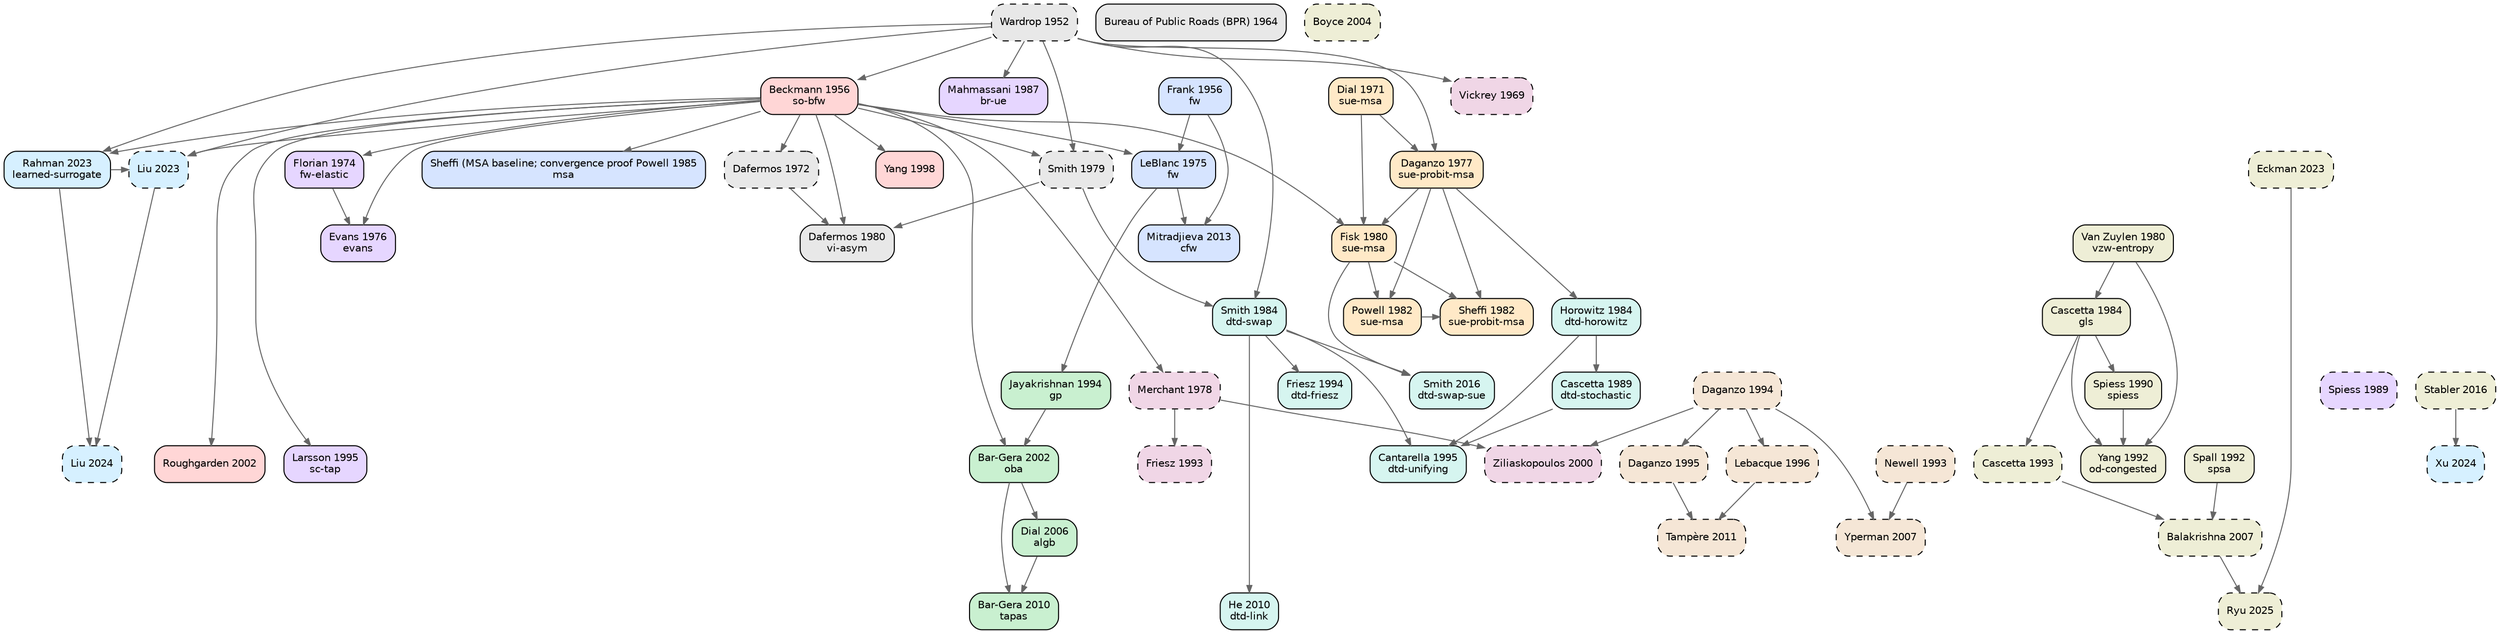
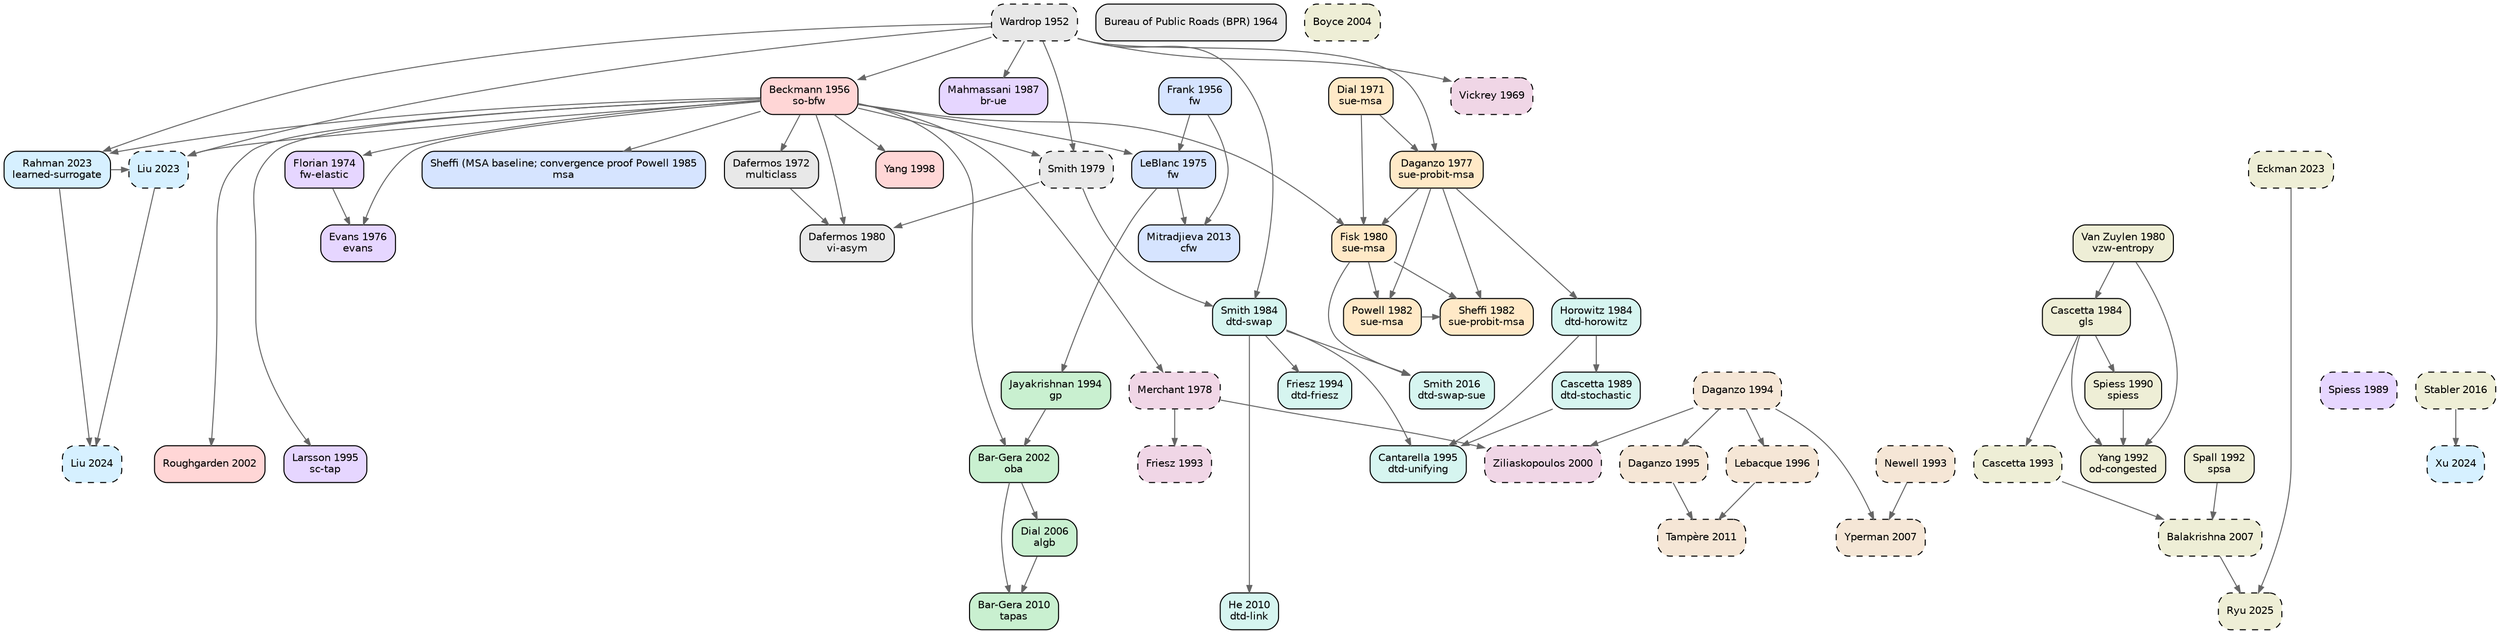
digraph TA_evolution {
  rankdir=TB; node [shape=box,style="rounded,filled",fontname="Helvetica",fontsize=10];
  edge [color="#666666",arrowsize=0.7];
  { rank=same; "wardrop1952some" }
  { rank=same; "frank1956algorithm" "beckmann1956studies" }
  { rank=same; "bpr1964traffic" }
  { rank=same; "vickrey1969congestion" }
  { rank=same; "dial1971probabilistic" }
  { rank=same; "dafermos1972traffic" }
  { rank=same; "florian1974method" }
  { rank=same; "leblanc1975efficient" }
  { rank=same; "evans1976derivation" }
  { rank=same; "daganzo1977stochastic" }
  { rank=same; "merchant1978model" }
  { rank=same; "smith1979existence" }
  { rank=same; "dafermos1980traffic" "fisk1980some" "vanzuylen1980most" }
  { rank=same; "powell1982convergence" "sheffi1982algorithm" }
  { rank=same; "horowitz1984stability" "smith1984stability" "cascetta1984estimation" }
  { rank=same; "sheffi1985urban" }
  { rank=same; "mahmassani1987on" }
  { rank=same; "spiess1989optimal" "cascetta1989stochastic" }
  { rank=same; "spiess1990gradient" }
  { rank=same; "spall1992multivariate" "yang1992estimation" }
  { rank=same; "newell1993simplified" "friesz1993variational" "cascetta1993dynamic" }
  { rank=same; "jayakrishnan1994faster" "friesz1994daytoday" "daganzo1994cell" }
  { rank=same; "larsson1995augmented" "cantarella1995dynamic" "daganzo1995cell" }
  { rank=same; "lebacque1996godunov" }
  { rank=same; "yang1998principle" }
  { rank=same; "ziliaskopoulos2000linear" }
  { rank=same; "bargera2002origin" "roughgarden2002how" }
  { rank=same; "boyce2004convergence" }
  { rank=same; "dial2006path" }
  { rank=same; "yperman2007link" "balakrishna2007offline" }
  { rank=same; "bargera2010traffic" "he2010linkbased" }
  { rank=same; "tampere2011generic" }
  { rank=same; "mitradjieva2013stiff" }
  { rank=same; "smith2016routeswapping" "stabler2016transportation" }
  { rank=same; "liu2023end" "rahman2023data" "eckman2023simopt" }
  { rank=same; "liu2024end" "xu2024unified" }
  { rank=same; "ryu2025bo4mob" }
  "wardrop1952some" [label="Wardrop 1952\n",fillcolor="#e8e8e8",style="rounded,filled,dashed"];
  "bpr1964traffic" [label="Bureau of Public Roads (BPR) 1964\n",fillcolor="#e8e8e8",style="rounded,filled"];
-   "dafermos1972traffic" [label="Dafermos 1972\n",fillcolor="#e8e8e8",style="rounded,filled,dashed"];
+   "dafermos1972traffic" [label="Dafermos 1972\nmulticlass",fillcolor="#e8e8e8",style="rounded,filled"];
  "smith1979existence" [label="Smith 1979\n",fillcolor="#e8e8e8",style="rounded,filled,dashed"];
  "dafermos1980traffic" [label="Dafermos 1980\nvi-asym",fillcolor="#e8e8e8",style="rounded,filled"];
  "frank1956algorithm" [label="Frank 1956\nfw",fillcolor="#d6e4ff",style="rounded,filled"];
  "leblanc1975efficient" [label="LeBlanc 1975\nfw",fillcolor="#d6e4ff",style="rounded,filled"];
  "sheffi1985urban" [label="Sheffi (MSA baseline; convergence proof Powell 1985\nmsa",fillcolor="#d6e4ff",style="rounded,filled"];
  "mitradjieva2013stiff" [label="Mitradjieva 2013\ncfw",fillcolor="#d6e4ff",style="rounded,filled"];
  "jayakrishnan1994faster" [label="Jayakrishnan 1994\ngp",fillcolor="#c9f0d0",style="rounded,filled"];
  "bargera2002origin" [label="Bar-Gera 2002\noba",fillcolor="#c9f0d0",style="rounded,filled"];
  "dial2006path" [label="Dial 2006\nalgb",fillcolor="#c9f0d0",style="rounded,filled"];
  "bargera2010traffic" [label="Bar-Gera 2010\ntapas",fillcolor="#c9f0d0",style="rounded,filled"];
  "dial1971probabilistic" [label="Dial 1971\nsue-msa",fillcolor="#ffe9c7",style="rounded,filled"];
  "daganzo1977stochastic" [label="Daganzo 1977\nsue-probit-msa",fillcolor="#ffe9c7",style="rounded,filled"];
  "fisk1980some" [label="Fisk 1980\nsue-msa",fillcolor="#ffe9c7",style="rounded,filled"];
  "powell1982convergence" [label="Powell 1982\nsue-msa",fillcolor="#ffe9c7",style="rounded,filled"];
  "sheffi1982algorithm" [label="Sheffi 1982\nsue-probit-msa",fillcolor="#ffe9c7",style="rounded,filled"];
  "beckmann1956studies" [label="Beckmann 1956\nso-bfw",fillcolor="#ffd6d6",style="rounded,filled"];
  "yang1998principle" [label="Yang 1998\n",fillcolor="#ffd6d6",style="rounded,filled"];
  "roughgarden2002how" [label="Roughgarden 2002\n",fillcolor="#ffd6d6",style="rounded,filled"];
  "florian1974method" [label="Florian 1974\nfw-elastic",fillcolor="#e6d6ff",style="rounded,filled"];
  "evans1976derivation" [label="Evans 1976\nevans",fillcolor="#e6d6ff",style="rounded,filled"];
  "mahmassani1987on" [label="Mahmassani 1987\nbr-ue",fillcolor="#e6d6ff",style="rounded,filled"];
  "spiess1989optimal" [label="Spiess 1989\n",fillcolor="#e6d6ff",style="rounded,filled,dashed"];
  "larsson1995augmented" [label="Larsson 1995\nsc-tap",fillcolor="#e6d6ff",style="rounded,filled"];
  "horowitz1984stability" [label="Horowitz 1984\ndtd-horowitz",fillcolor="#d6f5f0",style="rounded,filled"];
  "smith1984stability" [label="Smith 1984\ndtd-swap",fillcolor="#d6f5f0",style="rounded,filled"];
  "cascetta1989stochastic" [label="Cascetta 1989\ndtd-stochastic",fillcolor="#d6f5f0",style="rounded,filled"];
  "friesz1994daytoday" [label="Friesz 1994\ndtd-friesz",fillcolor="#d6f5f0",style="rounded,filled"];
  "cantarella1995dynamic" [label="Cantarella 1995\ndtd-unifying",fillcolor="#d6f5f0",style="rounded,filled"];
  "he2010linkbased" [label="He 2010\ndtd-link",fillcolor="#d6f5f0",style="rounded,filled"];
  "smith2016routeswapping" [label="Smith 2016\ndtd-swap-sue",fillcolor="#d6f5f0",style="rounded,filled"];
  "newell1993simplified" [label="Newell 1993\n",fillcolor="#f5e6d6",style="rounded,filled,dashed"];
  "daganzo1994cell" [label="Daganzo 1994\n",fillcolor="#f5e6d6",style="rounded,filled,dashed"];
  "daganzo1995cell" [label="Daganzo 1995\n",fillcolor="#f5e6d6",style="rounded,filled,dashed"];
  "lebacque1996godunov" [label="Lebacque 1996\n",fillcolor="#f5e6d6",style="rounded,filled,dashed"];
  "yperman2007link" [label="Yperman 2007\n",fillcolor="#f5e6d6",style="rounded,filled,dashed"];
  "tampere2011generic" [label="Tampère 2011\n",fillcolor="#f5e6d6",style="rounded,filled,dashed"];
  "vickrey1969congestion" [label="Vickrey 1969\n",fillcolor="#f0d6e6",style="rounded,filled,dashed"];
  "merchant1978model" [label="Merchant 1978\n",fillcolor="#f0d6e6",style="rounded,filled,dashed"];
  "friesz1993variational" [label="Friesz 1993\n",fillcolor="#f0d6e6",style="rounded,filled,dashed"];
  "ziliaskopoulos2000linear" [label="Ziliaskopoulos 2000\n",fillcolor="#f0d6e6",style="rounded,filled,dashed"];
  "liu2023end" [label="Liu 2023\n",fillcolor="#d6f0ff",style="rounded,filled,dashed"];
  "rahman2023data" [label="Rahman 2023\nlearned-surrogate",fillcolor="#d6f0ff",style="rounded,filled"];
  "liu2024end" [label="Liu 2024\n",fillcolor="#d6f0ff",style="rounded,filled,dashed"];
  "xu2024unified" [label="Xu 2024\n",fillcolor="#d6f0ff",style="rounded,filled,dashed"];
  "vanzuylen1980most" [label="Van Zuylen 1980\nvzw-entropy",fillcolor="#eeeed6",style="rounded,filled"];
  "cascetta1984estimation" [label="Cascetta 1984\ngls",fillcolor="#eeeed6",style="rounded,filled"];
  "spiess1990gradient" [label="Spiess 1990\nspiess",fillcolor="#eeeed6",style="rounded,filled"];
  "spall1992multivariate" [label="Spall 1992\nspsa",fillcolor="#eeeed6",style="rounded,filled"];
  "yang1992estimation" [label="Yang 1992\nod-congested",fillcolor="#eeeed6",style="rounded,filled"];
  "cascetta1993dynamic" [label="Cascetta 1993\n",fillcolor="#eeeed6",style="rounded,filled,dashed"];
  "boyce2004convergence" [label="Boyce 2004\n",fillcolor="#eeeed6",style="rounded,filled,dashed"];
  "balakrishna2007offline" [label="Balakrishna 2007\n",fillcolor="#eeeed6",style="rounded,filled,dashed"];
  "stabler2016transportation" [label="Stabler 2016\n",fillcolor="#eeeed6",style="rounded,filled,dashed"];
  "eckman2023simopt" [label="Eckman 2023\n",fillcolor="#eeeed6",style="rounded,filled,dashed"];
  "ryu2025bo4mob" [label="Ryu 2025\n",fillcolor="#eeeed6",style="rounded,filled,dashed"];
  "beckmann1956studies" -> "dafermos1972traffic";
  "wardrop1952some" -> "smith1979existence";
  "beckmann1956studies" -> "smith1979existence";
  "smith1979existence" -> "dafermos1980traffic";
  "beckmann1956studies" -> "dafermos1980traffic";
  "dafermos1972traffic" -> "dafermos1980traffic";
  "frank1956algorithm" -> "leblanc1975efficient";
  "beckmann1956studies" -> "leblanc1975efficient";
  "beckmann1956studies" -> "sheffi1985urban";
  "leblanc1975efficient" -> "mitradjieva2013stiff";
  "frank1956algorithm" -> "mitradjieva2013stiff";
  "leblanc1975efficient" -> "jayakrishnan1994faster";
  "jayakrishnan1994faster" -> "bargera2002origin";
  "beckmann1956studies" -> "bargera2002origin";
  "bargera2002origin" -> "dial2006path";
  "dial2006path" -> "bargera2010traffic";
  "bargera2002origin" -> "bargera2010traffic";
  "dial1971probabilistic" -> "daganzo1977stochastic";
  "wardrop1952some" -> "daganzo1977stochastic";
  "daganzo1977stochastic" -> "fisk1980some";
  "dial1971probabilistic" -> "fisk1980some";
  "beckmann1956studies" -> "fisk1980some";
  "fisk1980some" -> "powell1982convergence";
  "daganzo1977stochastic" -> "powell1982convergence";
  "daganzo1977stochastic" -> "sheffi1982algorithm";
  "powell1982convergence" -> "sheffi1982algorithm";
  "fisk1980some" -> "sheffi1982algorithm";
  "wardrop1952some" -> "beckmann1956studies";
  "beckmann1956studies" -> "yang1998principle";
  "beckmann1956studies" -> "roughgarden2002how";
  "beckmann1956studies" -> "florian1974method";
  "beckmann1956studies" -> "evans1976derivation";
  "florian1974method" -> "evans1976derivation";
  "wardrop1952some" -> "mahmassani1987on";
  "beckmann1956studies" -> "larsson1995augmented";
  "daganzo1977stochastic" -> "horowitz1984stability";
  "smith1979existence" -> "smith1984stability";
  "wardrop1952some" -> "smith1984stability";
  "horowitz1984stability" -> "cascetta1989stochastic";
  "smith1984stability" -> "friesz1994daytoday";
  "cascetta1989stochastic" -> "cantarella1995dynamic";
  "smith1984stability" -> "cantarella1995dynamic";
  "horowitz1984stability" -> "cantarella1995dynamic";
  "smith1984stability" -> "he2010linkbased";
  "smith1984stability" -> "smith2016routeswapping";
  "fisk1980some" -> "smith2016routeswapping";
  "daganzo1994cell" -> "daganzo1995cell";
  "daganzo1994cell" -> "lebacque1996godunov";
  "newell1993simplified" -> "yperman2007link";
  "daganzo1994cell" -> "yperman2007link";
  "daganzo1995cell" -> "tampere2011generic";
  "lebacque1996godunov" -> "tampere2011generic";
  "wardrop1952some" -> "vickrey1969congestion";
  "beckmann1956studies" -> "merchant1978model";
  "merchant1978model" -> "friesz1993variational";
  "merchant1978model" -> "ziliaskopoulos2000linear";
  "daganzo1994cell" -> "ziliaskopoulos2000linear";
  "rahman2023data" -> "liu2023end";
  "beckmann1956studies" -> "liu2023end";
  "wardrop1952some" -> "liu2023end";
  "wardrop1952some" -> "rahman2023data";
  "beckmann1956studies" -> "rahman2023data";
  "rahman2023data" -> "liu2024end";
  "liu2023end" -> "liu2024end";
  "stabler2016transportation" -> "xu2024unified";
  "vanzuylen1980most" -> "cascetta1984estimation";
  "cascetta1984estimation" -> "spiess1990gradient";
  "cascetta1984estimation" -> "yang1992estimation";
  "spiess1990gradient" -> "yang1992estimation";
  "vanzuylen1980most" -> "yang1992estimation";
  "cascetta1984estimation" -> "cascetta1993dynamic";
  "spall1992multivariate" -> "balakrishna2007offline";
  "cascetta1993dynamic" -> "balakrishna2007offline";
  "eckman2023simopt" -> "ryu2025bo4mob";
  "balakrishna2007offline" -> "ryu2025bo4mob";
}
